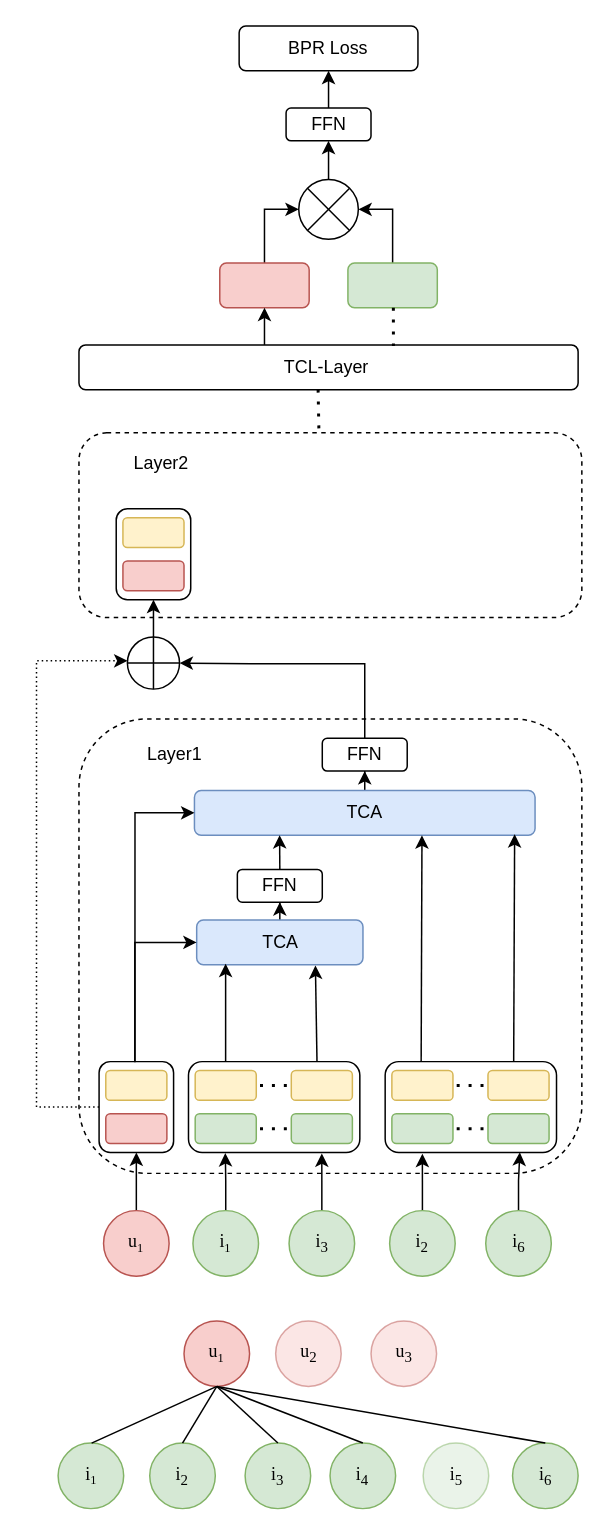
The draw.io diagram MyGNN.drawio in ZYNsama666/BackUp, before the edit. Source tidied: cells renumbered, new cells numbered last; positions are measured from the earlier drawing's top-left corner, leaving out a move shared by most shapes. Both pictures are drawn from the tidied source at 149%, with x=0, y=0 at pixel (36, 25).
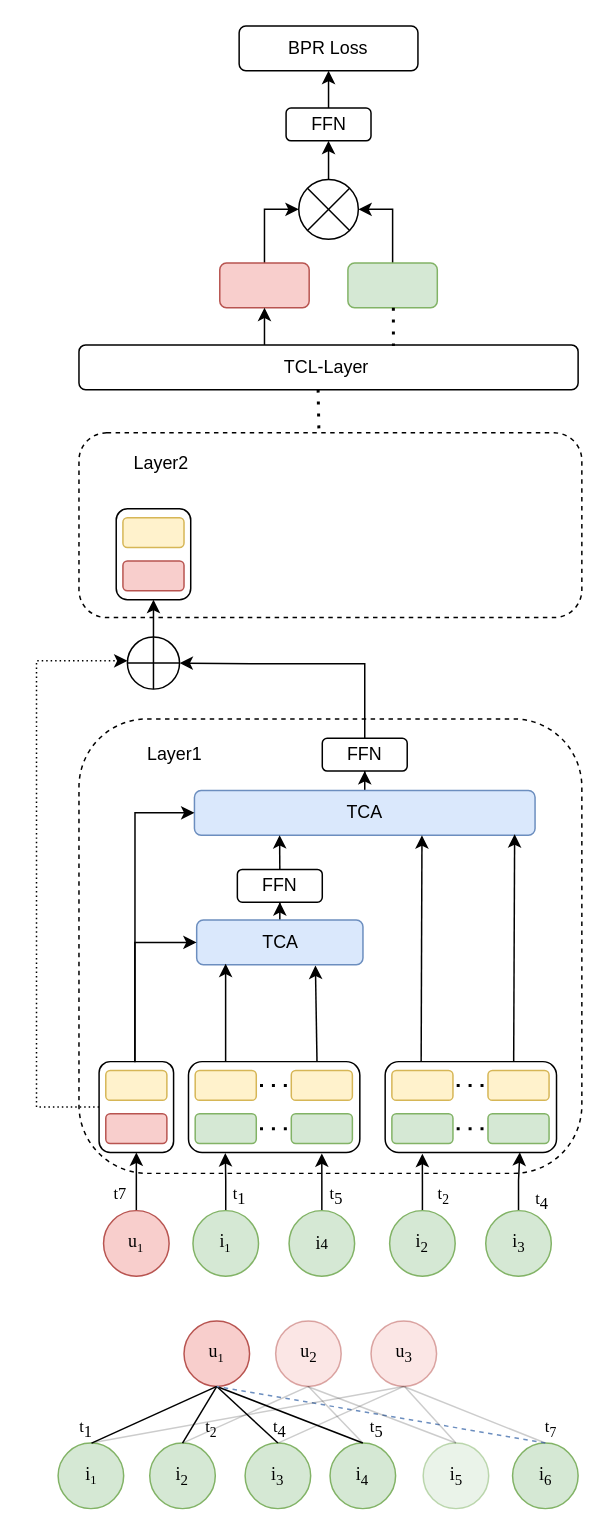
Above is the later version.

The change refers to these unchanged cells:
```xml
<mxCell id="60" value="u&lt;span style=&quot;font-size: 10px;&quot;&gt;&lt;sub&gt;1&lt;/sub&gt;&lt;/span&gt;" style="ellipse;whiteSpace=wrap;html=1;fontFamily=Times New Roman;fillColor=#f8cecc;strokeColor=#b85450;" parent="1" vertex="1">
  <mxGeometry x="99" y="869" width="44" height="44" as="geometry" />
</mxCell>
<mxCell id="61" value="u&lt;sub&gt;2&lt;/sub&gt;" style="ellipse;whiteSpace=wrap;html=1;fontFamily=Times New Roman;opacity=50;fillColor=#f8cecc;strokeColor=#b85450;" parent="1" vertex="1">
  <mxGeometry x="160.5" y="869" width="44" height="44" as="geometry" />
</mxCell>
<mxCell id="62" value="u&lt;sub&gt;3&lt;/sub&gt;" style="ellipse;whiteSpace=wrap;html=1;fontFamily=Times New Roman;fillColor=#f8cecc;strokeColor=#b85450;opacity=50;" parent="1" vertex="1">
  <mxGeometry x="224.5" y="869" width="44" height="44" as="geometry" />
</mxCell>
<mxCell id="63" value="i&lt;sub&gt;6&lt;/sub&gt;" style="ellipse;whiteSpace=wrap;html=1;fontFamily=Times New Roman;fillColor=#d5e8d4;strokeColor=#82b366;" parent="1" vertex="1">
  <mxGeometry x="319.5" y="951" width="44" height="44" as="geometry" />
</mxCell>
<mxCell id="64" value="i&lt;span style=&quot;font-size: 10px;&quot;&gt;&lt;sub&gt;1&lt;/sub&gt;&lt;/span&gt;" style="ellipse;whiteSpace=wrap;html=1;fontFamily=Times New Roman;fillColor=#d5e8d4;strokeColor=#82b366;" parent="1" vertex="1">
  <mxGeometry x="14.5" y="951" width="44" height="44" as="geometry" />
</mxCell>
<mxCell id="65" value="i&lt;sub&gt;2&lt;/sub&gt;" style="ellipse;whiteSpace=wrap;html=1;fontFamily=Times New Roman;fillColor=#d5e8d4;strokeColor=#82b366;" parent="1" vertex="1">
  <mxGeometry x="76" y="951" width="44" height="44" as="geometry" />
</mxCell>
<mxCell id="67" value="i&lt;sub&gt;4&lt;/sub&gt;" style="ellipse;whiteSpace=wrap;html=1;fontFamily=Times New Roman;fillColor=#d5e8d4;strokeColor=#82b366;" parent="1" vertex="1">
  <mxGeometry x="197" y="951" width="44" height="44" as="geometry" />
</mxCell>
<mxCell id="68" value="i&lt;sub&gt;5&lt;/sub&gt;" style="ellipse;whiteSpace=wrap;html=1;fontFamily=Times New Roman;opacity=50;fillColor=#d5e8d4;strokeColor=#82b366;" parent="1" vertex="1">
  <mxGeometry x="259.5" y="951" width="44" height="44" as="geometry" />
</mxCell>
```

The edit, as a diff of the source:
```diff
@@
-    <mxCell id="75" style="endArrow=none;html=1;rounded=0;exitX=0.5;exitY=0;exitDx=0;exitDy=0;entryX=0.5;entryY=1;entryDx=0;entryDy=0;" parent="1" edge="1" source="63" target="60">
+    <mxCell id="75" style="endArrow=none;html=1;rounded=0;exitX=0.5;exitY=0;exitDx=0;exitDy=0;entryX=0.5;entryY=1;entryDx=0;entryDy=0;dashed=1;fillColor=#dae8fc;strokeColor=#6c8ebf;" parent="1" edge="1" source="63" target="60">
       <mxGeometry relative="1" as="geometry" />
     </mxCell>
@@
-    <mxCell id="81" value="i&lt;sub&gt;3&lt;/sub&gt;" style="ellipse;whiteSpace=wrap;html=1;fontFamily=Times New Roman;fillColor=#d5e8d4;strokeColor=#82b366;" parent="1" vertex="1">
+    <mxCell id="81" value="i&lt;span style=&quot;font-size: 10px;&quot;&gt;4&lt;/span&gt;" style="ellipse;whiteSpace=wrap;html=1;fontFamily=Times New Roman;fillColor=#d5e8d4;strokeColor=#82b366;" parent="1" vertex="1">
       <mxGeometry x="169.5" y="795" width="44" height="44" as="geometry" />
     </mxCell>
@@
-    <mxCell id="83" value="i&lt;sub&gt;6&lt;/sub&gt;" style="ellipse;whiteSpace=wrap;html=1;fontFamily=Times New Roman;fillColor=#d5e8d4;strokeColor=#82b366;" parent="1" vertex="1">
+    <mxCell id="83" value="i&lt;sub&gt;3&lt;/sub&gt;" style="ellipse;whiteSpace=wrap;html=1;fontFamily=Times New Roman;fillColor=#d5e8d4;strokeColor=#82b366;" parent="1" vertex="1">
       <mxGeometry x="301.5" y="795" width="44" height="44" as="geometry" />
     </mxCell>
+    <mxCell id="84" value="&lt;font style=&quot;font-size: 11px;&quot; face=&quot;Times New Roman&quot;&gt;t&lt;sub style=&quot;font-size: 11px;&quot;&gt;1&lt;/sub&gt;&lt;/font&gt;" style="text;html=1;align=center;verticalAlign=middle;strokeColor=none;fillColor=none;" parent="1" vertex="1">
+      <mxGeometry x="19.5" y="926" width="27" height="30" as="geometry" />
+    </mxCell>
+    <mxCell id="85" value="&lt;font style=&quot;font-size: 11px;&quot; face=&quot;Times New Roman&quot;&gt;t&lt;sub style=&quot;font-size: 11px;&quot;&gt;5&lt;/sub&gt;&lt;/font&gt;" style="text;html=1;align=center;verticalAlign=middle;strokeColor=none;fillColor=none;" parent="1" vertex="1">
+      <mxGeometry x="214" y="926" width="27" height="30" as="geometry" />
+    </mxCell>
+    <mxCell id="86" value="&lt;font style=&quot;font-size: 11px;&quot; face=&quot;Times New Roman&quot;&gt;t&lt;sub style=&quot;font-size: 11px;&quot;&gt;4&lt;/sub&gt;&lt;/font&gt;" style="text;html=1;align=center;verticalAlign=middle;strokeColor=none;fillColor=none;" parent="1" vertex="1">
+      <mxGeometry x="149.8" y="926" width="27" height="30" as="geometry" />
+    </mxCell>
+    <mxCell id="87" value="&lt;font style=&quot;font-size: 11px;&quot; face=&quot;Times New Roman&quot;&gt;t&lt;sub&gt;2&lt;/sub&gt;&lt;/font&gt;" style="text;html=1;align=center;verticalAlign=middle;strokeColor=none;fillColor=none;" parent="1" vertex="1">
+      <mxGeometry x="103.5" y="926" width="27" height="30" as="geometry" />
+    </mxCell>
+    <mxCell id="88" value="&lt;font style=&quot;font-size: 11px;&quot; face=&quot;Times New Roman&quot;&gt;t&lt;sub&gt;7&lt;/sub&gt;&lt;/font&gt;" style="text;html=1;align=center;verticalAlign=middle;strokeColor=none;fillColor=none;" parent="1" vertex="1">
+      <mxGeometry x="331" y="926" width="27" height="30" as="geometry" />
+    </mxCell>
+    <mxCell id="89" value="&lt;font style=&quot;font-size: 11px;&quot; face=&quot;Times New Roman&quot;&gt;t7&lt;/font&gt;" style="text;html=1;align=center;verticalAlign=middle;strokeColor=none;fillColor=none;" parent="1" vertex="1">
+      <mxGeometry x="42" y="770" width="27" height="27" as="geometry" />
+    </mxCell>
+    <mxCell id="90" value="&lt;font style=&quot;font-size: 11px;&quot; face=&quot;Times New Roman&quot;&gt;t&lt;sub style=&quot;font-size: 11px;&quot;&gt;1&lt;/sub&gt;&lt;/font&gt;" style="text;html=1;align=center;verticalAlign=middle;strokeColor=none;fillColor=none;" parent="1" vertex="1">
+      <mxGeometry x="122" y="770" width="27" height="30" as="geometry" />
+    </mxCell>
+    <mxCell id="91" value="&lt;font style=&quot;font-size: 11px;&quot; face=&quot;Times New Roman&quot;&gt;t&lt;sub style=&quot;font-size: 11px;&quot;&gt;5&lt;/sub&gt;&lt;/font&gt;" style="text;html=1;align=center;verticalAlign=middle;strokeColor=none;fillColor=none;" parent="1" vertex="1">
+      <mxGeometry x="187" y="770" width="27" height="30" as="geometry" />
+    </mxCell>
+    <mxCell id="92" value="&lt;font style=&quot;font-size: 11px;&quot; face=&quot;Times New Roman&quot;&gt;t&lt;sub&gt;2&lt;/sub&gt;&lt;/font&gt;" style="text;html=1;align=center;verticalAlign=middle;strokeColor=none;fillColor=none;" parent="1" vertex="1">
+      <mxGeometry x="259.5" y="770" width="27" height="30" as="geometry" />
+    </mxCell>
+    <mxCell id="93" value="&lt;font style=&quot;font-size: 11px;&quot; face=&quot;Times New Roman&quot;&gt;t&lt;sub style=&quot;font-size: 11px;&quot;&gt;4&lt;/sub&gt;&lt;/font&gt;" style="text;html=1;align=center;verticalAlign=middle;strokeColor=none;fillColor=none;" parent="1" vertex="1">
+      <mxGeometry x="325" y="773" width="27" height="30" as="geometry" />
+    </mxCell>
+    <mxCell id="94" style="endArrow=none;html=1;rounded=0;exitX=0.5;exitY=0;exitDx=0;exitDy=0;entryX=0.5;entryY=1;entryDx=0;entryDy=0;opacity=20;" parent="1" edge="1" source="65" target="61">
+      <mxGeometry relative="1" as="geometry" />
+    </mxCell>
+    <mxCell id="95" style="endArrow=none;html=1;rounded=0;entryX=0.5;entryY=1;entryDx=0;entryDy=0;opacity=20;exitX=0.5;exitY=0;exitDx=0;exitDy=0;" parent="1" edge="1" source="67" target="61">
+      <mxGeometry relative="1" as="geometry" />
+    </mxCell>
+    <mxCell id="96" style="endArrow=none;html=1;rounded=0;opacity=20;exitX=0.5;exitY=0;exitDx=0;exitDy=0;" parent="1" edge="1" source="68">
+      <mxGeometry relative="1" as="geometry">
+        <mxPoint x="182" y="913" as="targetPoint" />
+      </mxGeometry>
+    </mxCell>
+    <mxCell id="97" style="endArrow=none;html=1;rounded=0;opacity=20;entryX=0.5;entryY=1;entryDx=0;entryDy=0;exitX=0.5;exitY=0;exitDx=0;exitDy=0;" parent="1" edge="1" source="63" target="62">
+      <mxGeometry relative="1" as="geometry" />
+    </mxCell>
+    <mxCell id="98" style="endArrow=none;html=1;rounded=0;opacity=20;exitX=0.5;exitY=0;exitDx=0;exitDy=0;" parent="1" edge="1" source="68">
+      <mxGeometry relative="1" as="geometry">
+        <mxPoint x="247" y="913" as="targetPoint" />
+      </mxGeometry>
+    </mxCell>
+    <mxCell id="99" style="endArrow=none;html=1;rounded=0;opacity=20;entryX=0.5;entryY=1;entryDx=0;entryDy=0;" parent="1" edge="1" target="62">
+      <mxGeometry relative="1" as="geometry">
+        <mxPoint x="162" y="951" as="sourcePoint" />
+      </mxGeometry>
+    </mxCell>
+    <mxCell id="100" style="endArrow=none;html=1;rounded=0;opacity=20;entryX=0.5;entryY=0;entryDx=0;entryDy=0;exitX=0.5;exitY=1;exitDx=0;exitDy=0;" parent="1" edge="1" source="62" target="64">
+      <mxGeometry relative="1" as="geometry" />
+    </mxCell>
```
